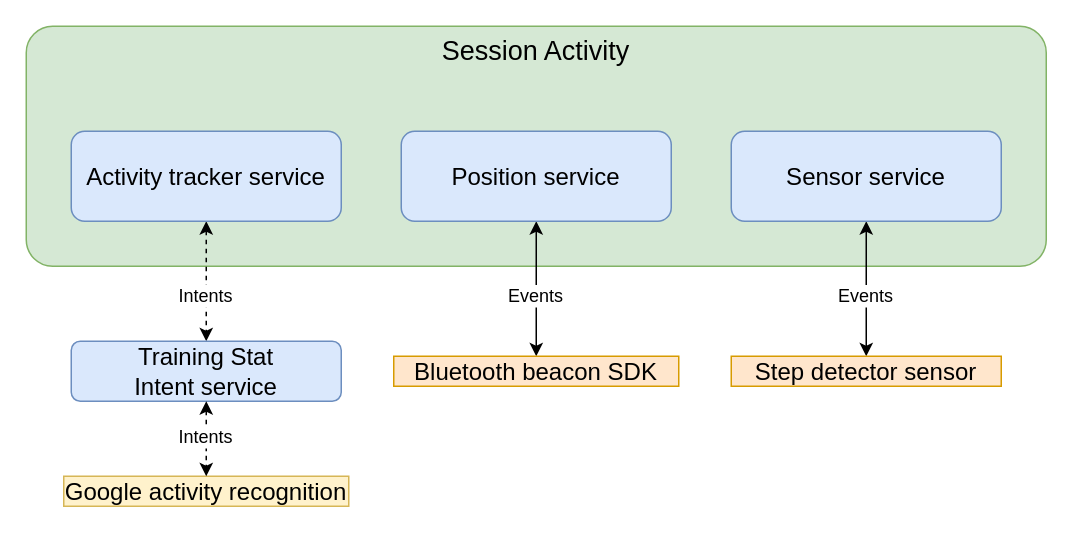
CarmeloAparo/TrainingStat keeps this draw.io diagram as Documentation/images/source/SessionActivityStructure.drawio. Above is the earlier version. Source tidied: cells renumbered, new cells numbered last; positions are measured from the earlier drawing's top-left corner, leaving out a move shared by most shapes. Both pictures are drawn from the tidied source at 150%, with x=0, y=0 at pixel (26, 26).
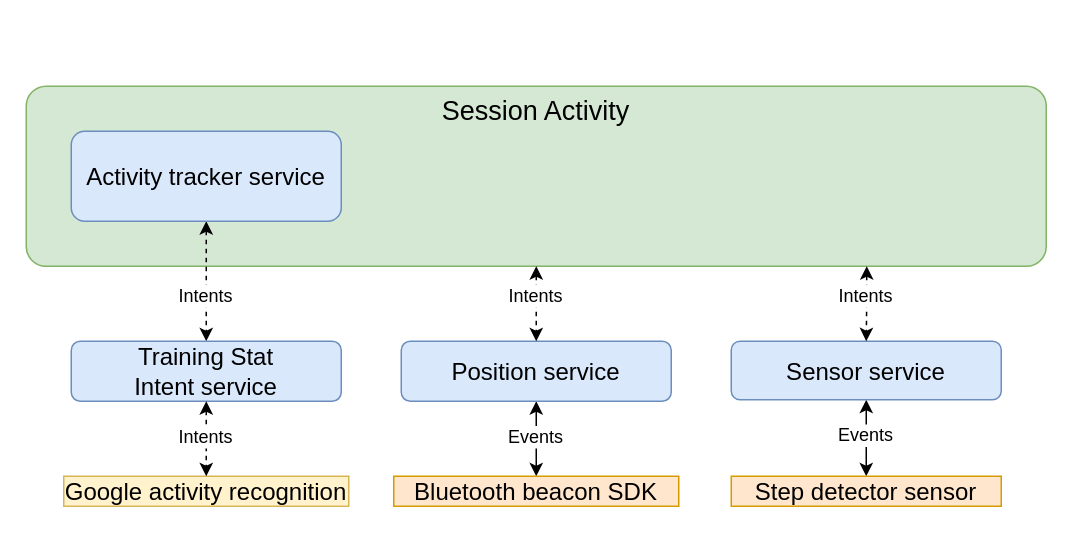
The same page after the edit.

Diff of the diagram source:
```diff
@@
     <mxCell id="2" value="&lt;font style=&quot;font-size: 18px&quot;&gt;Session Activity&lt;/font&gt;" style="rounded=1;whiteSpace=wrap;html=1;arcSize=11;align=center;verticalAlign=top;fillColor=#d5e8d4;strokeColor=#82b366;" parent="1" vertex="1">
-      <mxGeometry width="680" height="160" as="geometry" />
+      <mxGeometry y="40" width="680" height="120" as="geometry" />
     </mxCell>
@@
     <mxCell id="6" value="Sensor service" style="rounded=1;whiteSpace=wrap;html=1;align=center;fontSize=16;fillColor=#dae8fc;strokeColor=#6c8ebf;" parent="1" vertex="1">
-      <mxGeometry x="470" y="70" width="180" height="60" as="geometry" />
+      <mxGeometry x="470" y="210" width="180" height="39" as="geometry" />
     </mxCell>
@@
     <mxCell id="8" value="Position service" style="rounded=1;whiteSpace=wrap;html=1;align=center;fontSize=16;fillColor=#dae8fc;strokeColor=#6c8ebf;" parent="1" vertex="1">
-      <mxGeometry x="250" y="70" width="180" height="60" as="geometry" />
+      <mxGeometry x="250" y="210" width="180" height="40" as="geometry" />
     </mxCell>
@@
     <mxCell id="10" value="Step detector sensor" style="text;html=1;strokeColor=#d79b00;fillColor=#ffe6cc;align=center;verticalAlign=middle;whiteSpace=wrap;rounded=0;fontSize=16;" parent="1" vertex="1">
-      <mxGeometry x="470" y="220" width="180" height="20" as="geometry" />
+      <mxGeometry x="470" y="300" width="180" height="20" as="geometry" />
     </mxCell>
@@
     <mxCell id="12" value="Bluetooth beacon SDK" style="text;html=1;strokeColor=#d79b00;fillColor=#ffe6cc;align=center;verticalAlign=middle;whiteSpace=wrap;rounded=0;fontSize=16;" parent="1" vertex="1">
-      <mxGeometry x="245" y="220" width="190" height="20" as="geometry" />
+      <mxGeometry x="245" y="300" width="190" height="20" as="geometry" />
     </mxCell>
     <mxCell id="13" value="Events" style="text;html=1;strokeColor=none;fillColor=none;align=center;verticalAlign=middle;whiteSpace=wrap;rounded=0;labelBackgroundColor=#ffffff;" parent="1" vertex="1">
-      <mxGeometry x="540" y="170" width="40" height="20" as="geometry" />
+      <mxGeometry x="540" y="263" width="40" height="20" as="geometry" />
     </mxCell>
-    <mxCell id="14" value="Events" style="text;html=1;strokeColor=none;fillColor=none;align=center;verticalAlign=middle;whiteSpace=wrap;rounded=0;labelBackgroundColor=#ffffff;" parent="1" vertex="1">
-      <mxGeometry x="320" y="170" width="40" height="20" as="geometry" />
-    </mxCell>
@@
+    <mxCell id="14" value="Events" style="text;html=1;strokeColor=none;fillColor=none;align=center;verticalAlign=middle;whiteSpace=wrap;rounded=0;labelBackgroundColor=#ffffff;" parent="1" vertex="1">
+      <mxGeometry x="320" y="264" width="40" height="20" as="geometry" />
+    </mxCell>
+    <mxCell id="18" style="edgeStyle=orthogonalEdgeStyle;rounded=0;jettySize=auto;html=1;fontSize=16;dashed=1;startArrow=classic;startFill=1;entryX=0.5;entryY=0;entryDx=0;entryDy=0;" parent="1" edge="1" source="2" target="8">
+      <mxGeometry relative="1" as="geometry" />
+    </mxCell>
+    <mxCell id="19" style="edgeStyle=orthogonalEdgeStyle;rounded=0;jettySize=auto;html=1;fontSize=16;dashed=1;startArrow=classic;startFill=1;exitX=0.824;exitY=1;exitDx=0;exitDy=0;exitPerimeter=0;" parent="1" edge="1" source="2" target="6">
+      <mxGeometry relative="1" as="geometry" />
+    </mxCell>
+    <mxCell id="20" value="Intents" style="text;html=1;strokeColor=none;fillColor=none;align=center;verticalAlign=middle;whiteSpace=wrap;rounded=0;labelBackgroundColor=#ffffff;" parent="1" vertex="1">
+      <mxGeometry x="320" y="170" width="40" height="20" as="geometry" />
+    </mxCell>
+    <mxCell id="21" value="Intents" style="text;html=1;strokeColor=none;fillColor=none;align=center;verticalAlign=middle;whiteSpace=wrap;rounded=0;labelBackgroundColor=#ffffff;" parent="1" vertex="1">
+      <mxGeometry x="540" y="170" width="40" height="20" as="geometry" />
+    </mxCell>
```
